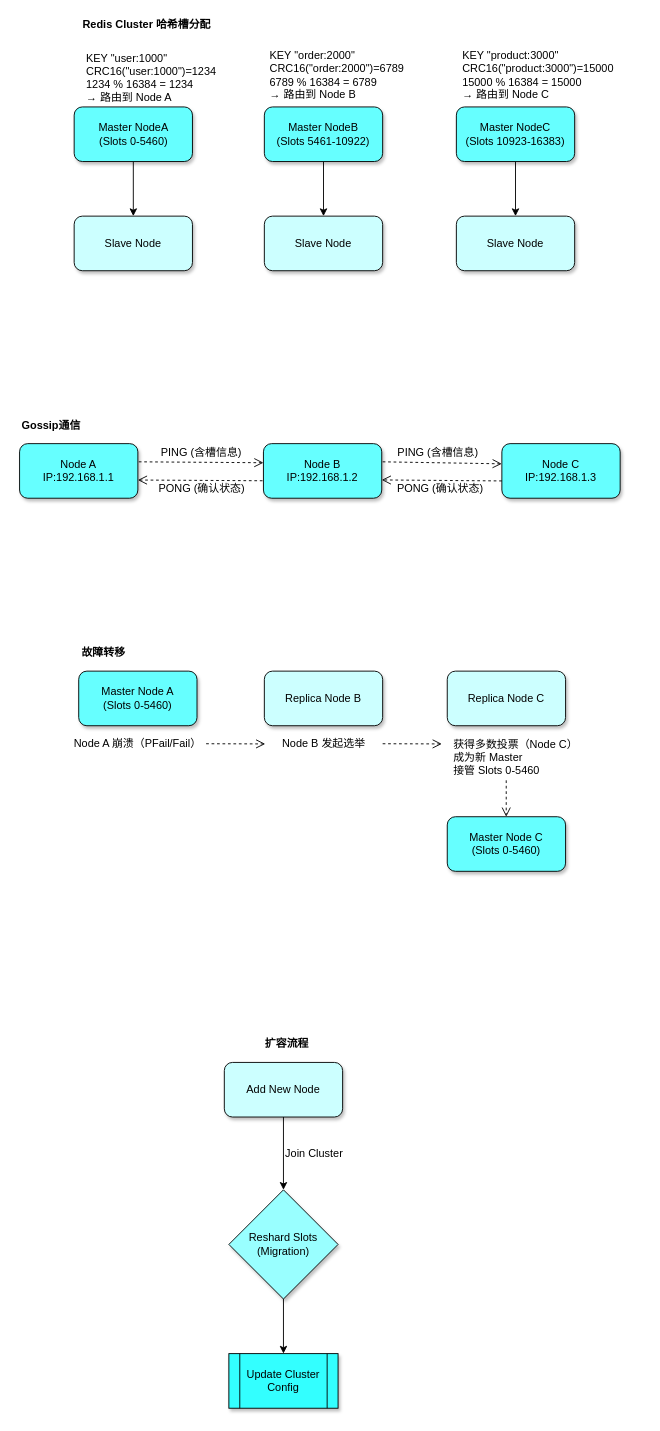
Earlier version of the draw.io diagram pocess_diagram/Redis集群模式.drawio (abigalexy/online_drawing). Source tidied: cells renumbered, new cells numbered last; positions are measured from the earlier drawing's top-left corner, leaving out a move shared by most shapes. Both pictures are drawn from the tidied source at 91%, with x=0, y=0 at pixel (19, 15).
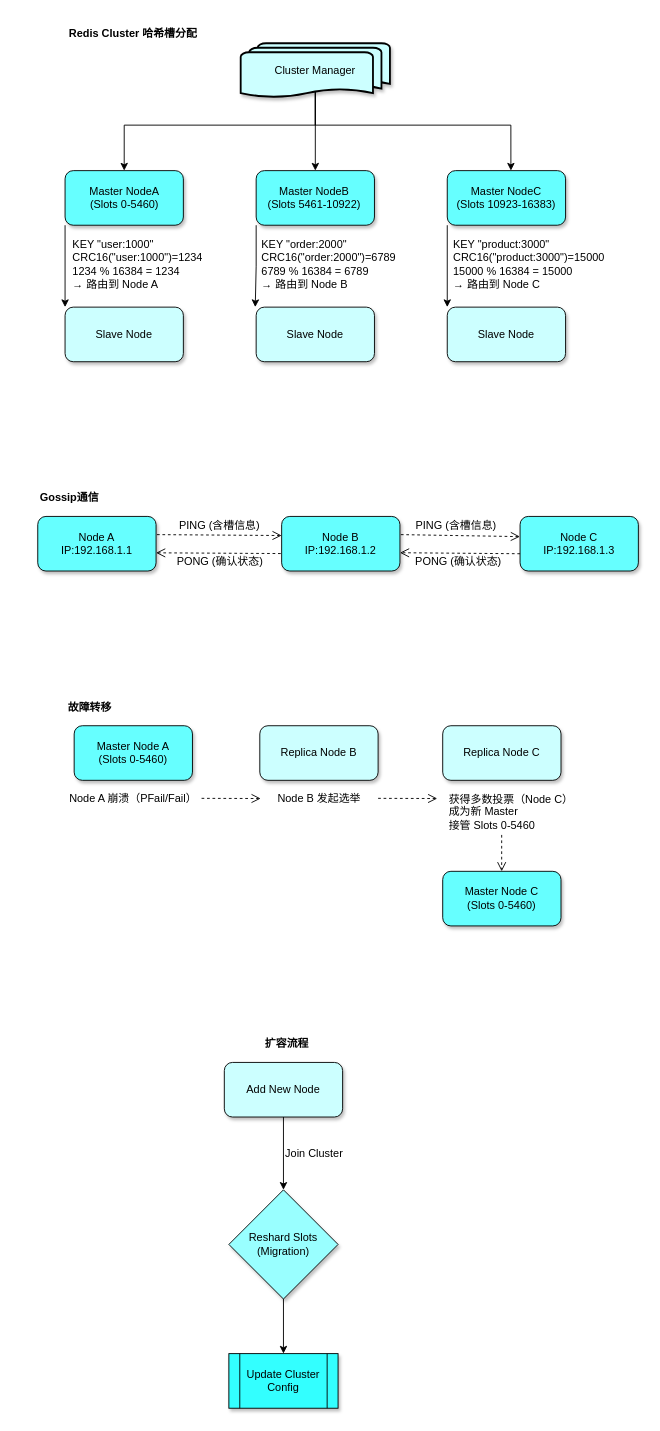
Above is the later version.

Commit message:
更新Redis集群模式.drawio

Diff of the diagram source:
```diff
@@
     <mxCell id="2" value="&lt;b&gt;Redis Cluster 哈希槽分配&lt;/b&gt;" style="text;strokeColor=none;align=center;fillColor=none;html=1;verticalAlign=middle;whiteSpace=wrap;rounded=0;" parent="1" vertex="1">
-      <mxGeometry x="65" width="150" height="20" as="geometry" />
+      <mxGeometry x="50" y="10" width="150" height="20" as="geometry" />
     </mxCell>
-    <mxCell id="3" value="&lt;div style=&quot;text-align: left;&quot;&gt;&lt;span style=&quot;background-color: transparent;&quot;&gt;KEY &quot;user:1000&quot;&lt;/span&gt;&lt;/div&gt;&lt;div style=&quot;text-align: left;&quot;&gt;&lt;span style=&quot;background-color: transparent;&quot;&gt;CRC16(&quot;user:1000&quot;)=1234&lt;/span&gt;&lt;/div&gt;&lt;div style=&quot;text-align: left;&quot;&gt;&lt;span style=&quot;background-color: transparent;&quot;&gt;1234 % 16384 = 1234&lt;/span&gt;&lt;/div&gt;&lt;div style=&quot;text-align: left;&quot;&gt;&lt;span style=&quot;background-color: transparent;&quot;&gt;→ 路由到 Node A&lt;/span&gt;&lt;/div&gt;" style="text;strokeColor=none;align=center;fillColor=none;html=1;verticalAlign=middle;whiteSpace=wrap;rounded=0;" parent="1" vertex="1">
-      <mxGeometry x="65" y="40" width="160" height="55" as="geometry" />
-    </mxCell>
-    <mxCell id="4" value="&lt;div style=&quot;text-align: left;&quot;&gt;&lt;span style=&quot;background-color: transparent;&quot;&gt;KEY &quot;order:2000&quot;&lt;/span&gt;&lt;/div&gt;&lt;div&gt;&lt;div style=&quot;text-align: left;&quot;&gt;&lt;span style=&quot;background-color: transparent;&quot;&gt;CRC16(&quot;order:2000&quot;)=6789&lt;/span&gt;&lt;/div&gt;&lt;div style=&quot;text-align: left;&quot;&gt;&lt;span style=&quot;background-color: transparent;&quot;&gt;6789 % 16384 = 6789&lt;/span&gt;&lt;/div&gt;&lt;div style=&quot;text-align: left;&quot;&gt;&lt;span style=&quot;background-color: transparent;&quot;&gt;→ 路由到 Node B&lt;/span&gt;&lt;/div&gt;&lt;/div&gt;" style="text;strokeColor=none;align=center;fillColor=none;html=1;verticalAlign=middle;whiteSpace=wrap;rounded=0;" parent="1" vertex="1">
-      <mxGeometry x="269" y="35" width="160" height="60" as="geometry" />
-    </mxCell>
-    <mxCell id="5" value="&lt;div style=&quot;text-align: left;&quot;&gt;&lt;span style=&quot;background-color: transparent;&quot;&gt;KEY &quot;product:3000&quot;&lt;/span&gt;&lt;/div&gt;&lt;div&gt;&lt;div style=&quot;text-align: left;&quot;&gt;&lt;span style=&quot;background-color: transparent;&quot;&gt;CRC16(&quot;product:3000&quot;)=15000&lt;/span&gt;&lt;/div&gt;&lt;div style=&quot;text-align: left;&quot;&gt;&lt;span style=&quot;background-color: transparent;&quot;&gt;15000 % 16384 = 15000&lt;/span&gt;&lt;/div&gt;&lt;div style=&quot;text-align: left;&quot;&gt;&lt;span style=&quot;background-color: transparent;&quot;&gt;→ 路由到 Node C&lt;/span&gt;&lt;/div&gt;&lt;/div&gt;" style="text;strokeColor=none;align=center;fillColor=none;html=1;verticalAlign=middle;whiteSpace=wrap;rounded=0;" parent="1" vertex="1">
-      <mxGeometry x="480" y="35" width="180" height="60" as="geometry" />
-    </mxCell>
-    <mxCell id="6" style="group;" parent="1" vertex="1">
-      <mxGeometry x="60" y="100" width="130" height="180" as="geometry" />
-    </mxCell>
-    <mxCell id="7" style="edgeStyle=orthogonalEdgeStyle;rounded=0;jettySize=auto;html=1;exitX=0.5;exitY=1;exitDx=0;exitDy=0;entryX=0.5;entryY=0;entryDx=0;entryDy=0;" parent="6" edge="1" source="8" target="10">
-      <mxGeometry relative="1" as="geometry" />
-    </mxCell>
-    <mxCell id="8" style="rounded=1;whiteSpace=wrap;html=1;fillColor=#66FFFF;shadow=1;" parent="6" vertex="1">
-      <mxGeometry width="130" height="60" as="geometry" />
-    </mxCell>
-    <mxCell id="9" value="Master NodeA&lt;div&gt;(Slots 0-5460)&lt;br&gt;&lt;/div&gt;" style="text;strokeColor=none;align=center;fillColor=none;html=1;verticalAlign=middle;whiteSpace=wrap;rounded=0;" parent="6" vertex="1">
-      <mxGeometry x="22.5" y="15" width="85" height="30" as="geometry" />
-    </mxCell>
-    <mxCell id="10" value="Slave Node" style="rounded=1;whiteSpace=wrap;html=1;fillColor=#CCFFFF;shadow=1;" parent="6" vertex="1">
-      <mxGeometry y="120" width="130" height="60" as="geometry" />
-    </mxCell>
-    <mxCell id="11" style="group;" parent="1" vertex="1">
-      <mxGeometry x="269" y="100" width="130" height="180" as="geometry" />
-    </mxCell>
-    <mxCell id="12" style="edgeStyle=orthogonalEdgeStyle;rounded=0;jettySize=auto;html=1;exitX=0.5;exitY=1;exitDx=0;exitDy=0;entryX=0.5;entryY=0;entryDx=0;entryDy=0;" parent="11" edge="1" source="13" target="15">
-      <mxGeometry relative="1" as="geometry" />
-    </mxCell>
-    <mxCell id="13" style="rounded=1;whiteSpace=wrap;html=1;fillColor=#66FFFF;shadow=1;" parent="11" vertex="1">
-      <mxGeometry width="130" height="60" as="geometry" />
-    </mxCell>
-    <mxCell id="14" value="Master NodeB&lt;div&gt;(Slots 5461-10922)&lt;br&gt;&lt;/div&gt;" style="text;strokeColor=none;align=center;fillColor=none;html=1;verticalAlign=middle;whiteSpace=wrap;rounded=0;" parent="11" vertex="1">
-      <mxGeometry x="10" y="10" width="110" height="40" as="geometry" />
-    </mxCell>
-    <mxCell id="15" value="Slave Node" style="rounded=1;whiteSpace=wrap;html=1;fillColor=#CCFFFF;shadow=1;" parent="11" vertex="1">
-      <mxGeometry y="120" width="130" height="60" as="geometry" />
-    </mxCell>
-    <mxCell id="16" style="group;" parent="1" vertex="1">
-      <mxGeometry x="480" y="100" width="130" height="180" as="geometry" />
-    </mxCell>
-    <mxCell id="17" style="edgeStyle=orthogonalEdgeStyle;rounded=0;jettySize=auto;html=1;exitX=0.5;exitY=1;exitDx=0;exitDy=0;entryX=0.5;entryY=0;entryDx=0;entryDy=0;" parent="16" edge="1" source="18" target="20">
-      <mxGeometry relative="1" as="geometry" />
-    </mxCell>
-    <mxCell id="18" style="rounded=1;whiteSpace=wrap;html=1;fillColor=#66FFFF;shadow=1;" parent="16" vertex="1">
-      <mxGeometry width="130" height="60" as="geometry" />
-    </mxCell>
-    <mxCell id="19" value="Master NodeC&lt;div&gt;(Slots 10923-16383)&lt;br&gt;&lt;/div&gt;" style="text;strokeColor=none;align=center;fillColor=none;html=1;verticalAlign=middle;whiteSpace=wrap;rounded=0;" parent="16" vertex="1">
-      <mxGeometry x="5" y="15" width="120" height="30" as="geometry" />
-    </mxCell>
-    <mxCell id="20" value="Slave Node" style="rounded=1;whiteSpace=wrap;html=1;fillColor=#CCFFFF;shadow=1;" parent="16" vertex="1">
-      <mxGeometry y="120" width="130" height="60" as="geometry" />
-    </mxCell>
     <mxCell id="21" value="&lt;b&gt;Gossip通信&lt;/b&gt;" style="text;strokeColor=none;align=center;fillColor=none;html=1;verticalAlign=middle;whiteSpace=wrap;rounded=0;" parent="1" vertex="1">
-      <mxGeometry y="440" width="70" height="20" as="geometry" />
+      <mxGeometry x="20" y="520" width="70" height="20" as="geometry" />
     </mxCell>
     <mxCell id="22" style="group;" parent="1" vertex="1">
-      <mxGeometry y="470" width="660" height="60" as="geometry" />
+      <mxGeometry x="20" y="550" width="660" height="60" as="geometry" />
     </mxCell>
@@
     <mxCell id="36" value="&lt;b&gt;故障转移&lt;/b&gt;" style="text;strokeColor=none;align=center;fillColor=none;html=1;verticalAlign=middle;whiteSpace=wrap;rounded=0;" parent="1" vertex="1">
-      <mxGeometry x="65" y="690" width="55" height="20" as="geometry" />
+      <mxGeometry x="50" y="750" width="55" height="20" as="geometry" />
     </mxCell>
     <mxCell id="37" style="group;" parent="1" vertex="1">
-      <mxGeometry x="55" y="720" width="560" height="220" as="geometry" />
+      <mxGeometry x="50" y="780" width="560" height="220" as="geometry" />
     </mxCell>
@@
+    <mxCell id="56" style="group;" parent="1" vertex="1">
+      <mxGeometry x="50" y="30" width="600" height="350" as="geometry" />
+    </mxCell>
+    <mxCell id="57" style="edgeStyle=orthogonalEdgeStyle;rounded=0;jettySize=auto;html=1;exitX=0.5;exitY=0.88;exitDx=0;exitDy=0;exitPerimeter=0;" parent="56" edge="1" source="59" target="8">
+      <mxGeometry relative="1" as="geometry">
+        <Array as="points">
+          <mxPoint x="275" y="90" />
+          <mxPoint x="65" y="90" />
+        </Array>
+      </mxGeometry>
+    </mxCell>
+    <mxCell id="58" style="edgeStyle=orthogonalEdgeStyle;rounded=0;jettySize=auto;html=1;exitX=0.5;exitY=0.88;exitDx=0;exitDy=0;exitPerimeter=0;entryX=0.5;entryY=0;entryDx=0;entryDy=0;" parent="56" edge="1" source="59" target="13">
+      <mxGeometry relative="1" as="geometry" />
+    </mxCell>
+    <mxCell id="59" value="Cluster Manager" style="strokeWidth=2;html=1;shape=mxgraph.flowchart.multi-document;whiteSpace=wrap;fillColor=#CCFFFF;shadow=1;" parent="56" vertex="1">
+      <mxGeometry x="193" width="164" height="60" as="geometry" />
+    </mxCell>
+    <mxCell id="60" style="edgeStyle=orthogonalEdgeStyle;rounded=0;jettySize=auto;html=1;exitX=0.5;exitY=0.88;exitDx=0;exitDy=0;exitPerimeter=0;entryX=0.538;entryY=0;entryDx=0;entryDy=0;entryPerimeter=0;" parent="56" edge="1" source="59" target="18">
+      <mxGeometry relative="1" as="geometry">
+        <Array as="points">
+          <mxPoint x="275" y="90" />
+          <mxPoint x="490" y="90" />
+        </Array>
+      </mxGeometry>
+    </mxCell>
+    <mxCell id="61" style="group;" parent="56" vertex="1">
+      <mxGeometry y="140" width="160" height="210" as="geometry" />
+    </mxCell>
+    <mxCell id="3" value="&lt;div style=&quot;text-align: left;&quot;&gt;&lt;span style=&quot;background-color: transparent;&quot;&gt;KEY &quot;user:1000&quot;&lt;/span&gt;&lt;/div&gt;&lt;div style=&quot;text-align: left;&quot;&gt;&lt;span style=&quot;background-color: transparent;&quot;&gt;CRC16(&quot;user:1000&quot;)=1234&lt;/span&gt;&lt;/div&gt;&lt;div style=&quot;text-align: left;&quot;&gt;&lt;span style=&quot;background-color: transparent;&quot;&gt;1234 % 16384 = 1234&lt;/span&gt;&lt;/div&gt;&lt;div style=&quot;text-align: left;&quot;&gt;&lt;span style=&quot;background-color: transparent;&quot;&gt;→ 路由到 Node A&lt;/span&gt;&lt;/div&gt;" style="text;strokeColor=none;align=center;fillColor=none;html=1;verticalAlign=middle;whiteSpace=wrap;rounded=0;" parent="61" vertex="1">
+      <mxGeometry y="75" width="160" height="55" as="geometry" />
+    </mxCell>
+    <mxCell id="7" style="edgeStyle=orthogonalEdgeStyle;rounded=0;jettySize=auto;html=1;exitX=0;exitY=1;exitDx=0;exitDy=0;entryX=0;entryY=0;entryDx=0;entryDy=0;" parent="61" edge="1" source="8" target="10">
+      <mxGeometry relative="1" as="geometry" />
+    </mxCell>
+    <mxCell id="10" value="Slave Node" style="rounded=1;whiteSpace=wrap;html=1;fillColor=#CCFFFF;shadow=1;" parent="61" vertex="1">
+      <mxGeometry y="150" width="130" height="60" as="geometry" />
+    </mxCell>
+    <mxCell id="62" style="group;" parent="61" vertex="1">
+      <mxGeometry width="130" height="60" as="geometry" />
+    </mxCell>
+    <mxCell id="8" style="rounded=1;whiteSpace=wrap;html=1;fillColor=#66FFFF;shadow=1;" parent="62" vertex="1">
+      <mxGeometry width="130" height="60" as="geometry" />
+    </mxCell>
+    <mxCell id="9" value="Master NodeA&lt;div&gt;(Slots 0-5460)&lt;br&gt;&lt;/div&gt;" style="text;strokeColor=none;align=center;fillColor=none;html=1;verticalAlign=middle;whiteSpace=wrap;rounded=0;" parent="62" vertex="1">
+      <mxGeometry x="22.5" y="15" width="85" height="30" as="geometry" />
+    </mxCell>
+    <mxCell id="63" style="group;" parent="56" vertex="1">
+      <mxGeometry x="209" y="140" width="161" height="210" as="geometry" />
+    </mxCell>
+    <mxCell id="4" value="&lt;div style=&quot;text-align: left;&quot;&gt;&lt;span style=&quot;background-color: transparent;&quot;&gt;KEY &quot;order:2000&quot;&lt;/span&gt;&lt;/div&gt;&lt;div&gt;&lt;div style=&quot;text-align: left;&quot;&gt;&lt;span style=&quot;background-color: transparent;&quot;&gt;CRC16(&quot;order:2000&quot;)=6789&lt;/span&gt;&lt;/div&gt;&lt;div style=&quot;text-align: left;&quot;&gt;&lt;span style=&quot;background-color: transparent;&quot;&gt;6789 % 16384 = 6789&lt;/span&gt;&lt;/div&gt;&lt;div style=&quot;text-align: left;&quot;&gt;&lt;span style=&quot;background-color: transparent;&quot;&gt;→ 路由到 Node B&lt;/span&gt;&lt;/div&gt;&lt;/div&gt;" style="text;strokeColor=none;align=center;fillColor=none;html=1;verticalAlign=middle;whiteSpace=wrap;rounded=0;" parent="63" vertex="1">
+      <mxGeometry x="1" y="72.5" width="160" height="60" as="geometry" />
+    </mxCell>
+    <mxCell id="64" style="edgeStyle=orthogonalEdgeStyle;rounded=0;jettySize=auto;html=1;exitX=0;exitY=1;exitDx=0;exitDy=0;" parent="63" edge="1" source="13">
+      <mxGeometry relative="1" as="geometry">
+        <mxPoint y="150" as="targetPoint" />
+      </mxGeometry>
+    </mxCell>
+    <mxCell id="15" value="Slave Node" style="rounded=1;whiteSpace=wrap;html=1;fillColor=#CCFFFF;shadow=1;" parent="63" vertex="1">
+      <mxGeometry x="1" y="150" width="130" height="60" as="geometry" />
+    </mxCell>
+    <mxCell id="65" style="group;" parent="63" vertex="1">
+      <mxGeometry x="1" width="130" height="60" as="geometry" />
+    </mxCell>
+    <mxCell id="13" style="rounded=1;whiteSpace=wrap;html=1;fillColor=#66FFFF;shadow=1;" parent="65" vertex="1">
+      <mxGeometry width="130" height="60" as="geometry" />
+    </mxCell>
+    <mxCell id="14" value="Master NodeB&lt;div&gt;(Slots 5461-10922)&lt;br&gt;&lt;/div&gt;" style="text;strokeColor=none;align=center;fillColor=none;html=1;verticalAlign=middle;whiteSpace=wrap;rounded=0;" parent="65" vertex="1">
+      <mxGeometry x="9" y="10" width="110" height="40" as="geometry" />
+    </mxCell>
+    <mxCell id="66" style="group;" parent="56" vertex="1">
+      <mxGeometry x="420" y="140" width="180" height="210" as="geometry" />
+    </mxCell>
+    <mxCell id="5" value="&lt;div style=&quot;text-align: left;&quot;&gt;&lt;span style=&quot;background-color: transparent;&quot;&gt;KEY &quot;product:3000&quot;&lt;/span&gt;&lt;/div&gt;&lt;div&gt;&lt;div style=&quot;text-align: left;&quot;&gt;&lt;span style=&quot;background-color: transparent;&quot;&gt;CRC16(&quot;product:3000&quot;)=15000&lt;/span&gt;&lt;/div&gt;&lt;div style=&quot;text-align: left;&quot;&gt;&lt;span style=&quot;background-color: transparent;&quot;&gt;15000 % 16384 = 15000&lt;/span&gt;&lt;/div&gt;&lt;div style=&quot;text-align: left;&quot;&gt;&lt;span style=&quot;background-color: transparent;&quot;&gt;→ 路由到 Node C&lt;/span&gt;&lt;/div&gt;&lt;/div&gt;" style="text;strokeColor=none;align=center;fillColor=none;html=1;verticalAlign=middle;whiteSpace=wrap;rounded=0;" parent="66" vertex="1">
+      <mxGeometry y="72.5" width="180" height="60" as="geometry" />
+    </mxCell>
+    <mxCell id="17" style="edgeStyle=orthogonalEdgeStyle;rounded=0;jettySize=auto;html=1;exitX=0;exitY=1;exitDx=0;exitDy=0;entryX=0;entryY=0;entryDx=0;entryDy=0;" parent="66" edge="1" source="18" target="20">
+      <mxGeometry relative="1" as="geometry" />
+    </mxCell>
+    <mxCell id="20" value="Slave Node" style="rounded=1;whiteSpace=wrap;html=1;fillColor=#CCFFFF;shadow=1;" parent="66" vertex="1">
+      <mxGeometry y="150" width="130" height="60" as="geometry" />
+    </mxCell>
+    <mxCell id="67" style="group;" parent="66" vertex="1">
+      <mxGeometry width="130" height="60" as="geometry" />
+    </mxCell>
+    <mxCell id="18" style="rounded=1;whiteSpace=wrap;html=1;fillColor=#66FFFF;shadow=1;" parent="67" vertex="1">
+      <mxGeometry width="130" height="60" as="geometry" />
+    </mxCell>
+    <mxCell id="19" value="Master NodeC&lt;div&gt;(Slots 10923-16383)&lt;br&gt;&lt;/div&gt;" style="text;strokeColor=none;align=center;fillColor=none;html=1;verticalAlign=middle;whiteSpace=wrap;rounded=0;" parent="67" vertex="1">
+      <mxGeometry x="5" y="15" width="120" height="30" as="geometry" />
+    </mxCell>
```
